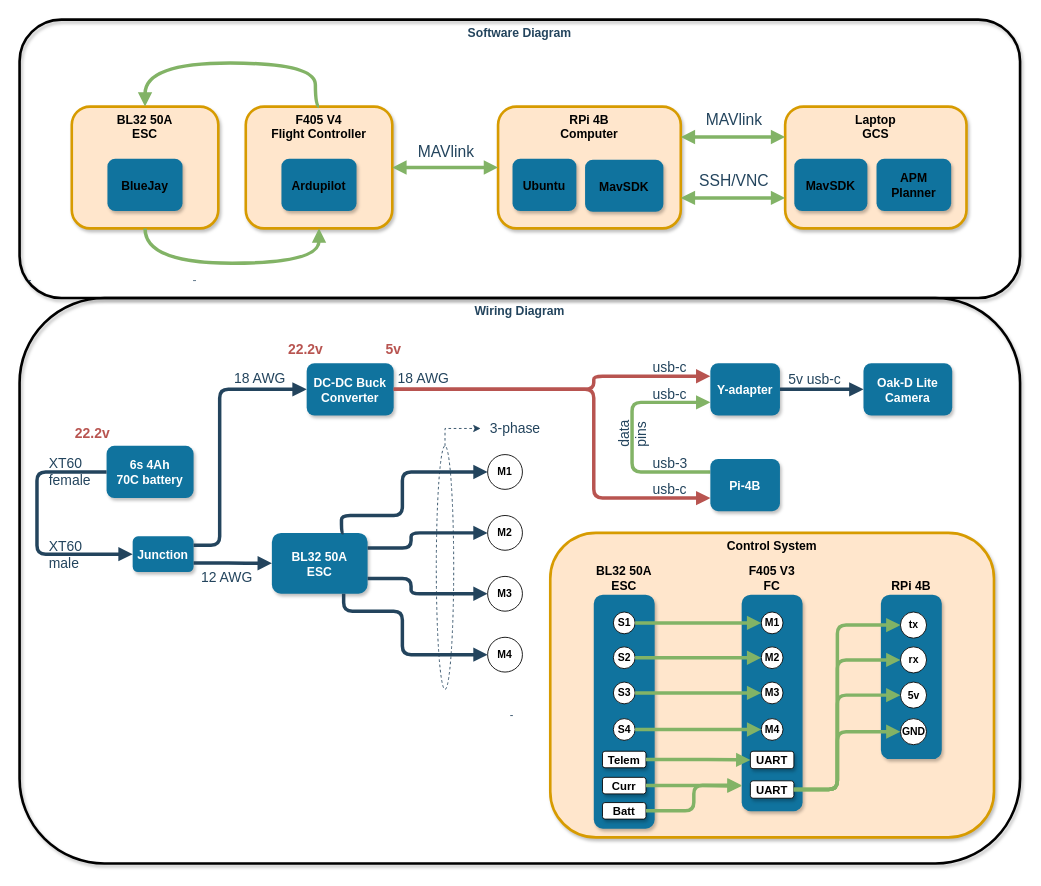
Before: electrical-design/wiring-diagram.drawio in MichaelThamm/autonomous-drone, a draw.io diagram. Source tidied: cells renumbered, new cells numbered last; positions are measured from the earlier drawing's top-left corner, leaving out a move shared by most shapes. Both pictures are drawn from the tidied source at 87%, with x=0, y=0 at pixel (19, 19).
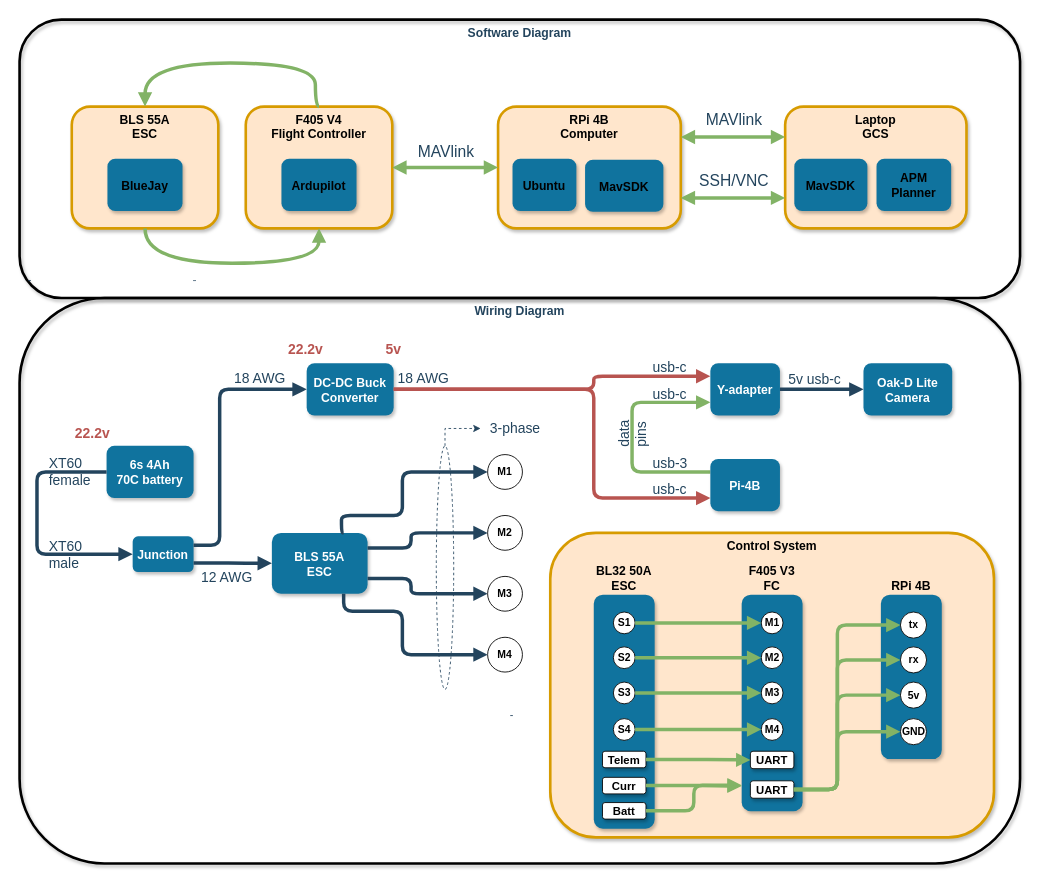
Above is the later version.

Unchanged cells that the change refers to:
```xml
<mxCell id="87" style="group;" parent="1" vertex="1">
  <mxGeometry x="60" y="100" width="168.4" height="140" as="geometry" />
</mxCell>
```

What changed in the source:
```diff
@@
-    <mxCell id="55" value="BL32 50A&#10;ESC" style="rounded=1;fillColor=#10739E;strokeColor=none;shadow=1;gradientColor=none;fontStyle=1;fontColor=#FFFFFF;fontSize=14;" parent="1" vertex="1">
+    <mxCell id="55" value="BLS 55A&#10;ESC" style="rounded=1;fillColor=#10739E;strokeColor=none;shadow=1;gradientColor=none;fontStyle=1;fontColor=#FFFFFF;fontSize=14;" parent="1" vertex="1">
       <mxGeometry x="290" y="590" width="110" height="70" as="geometry" />
     </mxCell>
@@
-    <mxCell id="88" value="BL32 50A&#10;ESC" style="rounded=1;fillColor=#ffe6cc;strokeColor=#d79b00;shadow=1;fontStyle=1;fontSize=14;strokeWidth=3;verticalAlign=top;fontColor=#000000;" parent="87" vertex="1">
+    <mxCell id="88" value="BLS 55A&#10;ESC" style="rounded=1;fillColor=#ffe6cc;strokeColor=#d79b00;shadow=1;fontStyle=1;fontSize=14;strokeWidth=3;verticalAlign=top;fontColor=#000000;" parent="87" vertex="1">
       <mxGeometry width="168.4" height="140" as="geometry" />
     </mxCell>
```
